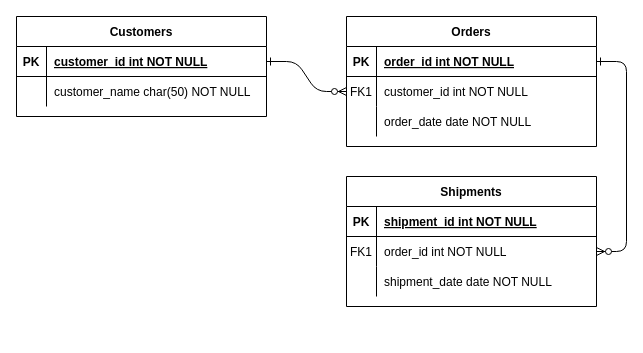
Brichardt/Mathematics keeps this draw.io diagram as Diagramme keepcoding 1.drawio. Above is the earlier version. Source tidied: cells renumbered, new cells numbered last; positions are measured from the earlier drawing's top-left corner, leaving out a move shared by most shapes. Both pictures are drawn from the tidied source at 100%, with x=0, y=0 at pixel (16, 16).
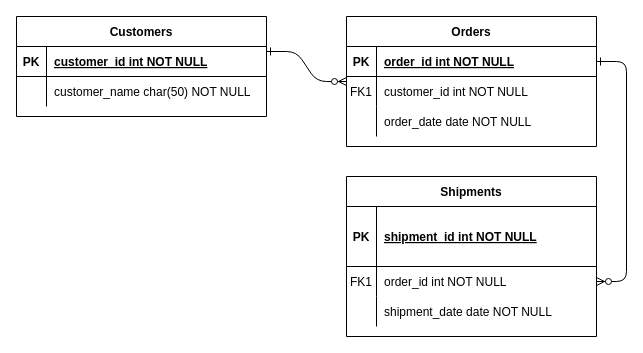
Above is the later version.

Commit message:
Mettre à jour Diagramme keepcoding 1.drawio

Unchanged cells that the change refers to:
```xml
<mxCell id="8" style="shape=partialRectangle;fillColor=none;points=[[0,0.5],[1,0.5]];portConstraint=eastwest;top=0;left=0;right=0;bottom=0;" parent="4" vertex="1">
  <mxGeometry y="60" width="250" height="30" as="geometry" />
</mxCell>
<mxCell id="25" style="shape=partialRectangle;fillColor=none;points=[[0,0.5],[1,0.5]];portConstraint=eastwest;top=0;left=0;right=0;bottom=1;" parent="24" vertex="1">
  <mxGeometry y="30" width="250" height="30" as="geometry" />
</mxCell>
```

What changed in the source:
```diff
@@
-    <mxCell id="2" style="edgeStyle=entityRelationEdgeStyle;endArrow=ERzeroToMany;startArrow=ERone;endFill=1;startFill=0;" parent="1" edge="1" source="25" target="8">
-      <mxGeometry relative="1" as="geometry" />
+    <mxCell id="2" style="edgeStyle=entityRelationEdgeStyle;endArrow=ERzeroToMany;startArrow=ERone;endFill=1;startFill=0;" parent="1" edge="1">
+      <mxGeometry relative="1" as="geometry">
+        <mxPoint x="250" y="35" as="sourcePoint" />
+        <mxPoint x="330" y="65" as="targetPoint" />
+      </mxGeometry>
     </mxCell>
@@
     <mxCell id="14" value="Shipments" style="shape=table;startSize=30;childLayout=tableLayout;rowLines=0;fontStyle=1;align=center;" parent="1" vertex="1">
-      <mxGeometry x="330" y="160" width="250" height="130" as="geometry" />
+      <mxGeometry x="330" y="160" width="250" height="160" as="geometry" />
     </mxCell>
     <mxCell id="15" style="shape=partialRectangle;fillColor=none;top=0;left=0;right=0;bottom=1;" parent="14" vertex="1">
-      <mxGeometry y="30" width="250" height="30" as="geometry" />
+      <mxGeometry y="30" width="250" height="60" as="geometry" />
     </mxCell>
     <mxCell id="16" value="PK" style="shape=partialRectangle;overflow=hidden;fillColor=none;top=0;left=0;bottom=0;right=0;fontStyle=1;" parent="15" vertex="1">
-      <mxGeometry width="30" height="30" as="geometry" />
+      <mxGeometry width="30" height="60" as="geometry" />
     </mxCell>
     <mxCell id="17" value="shipment_id int NOT NULL " style="shape=partialRectangle;overflow=hidden;fillColor=none;top=0;left=0;bottom=0;right=0;align=left;spacingLeft=6;fontStyle=5;" parent="15" vertex="1">
-      <mxGeometry x="30" width="220" height="30" as="geometry" />
+      <mxGeometry x="30" width="220" height="60" as="geometry" />
     </mxCell>
     <mxCell id="18" style="shape=partialRectangle;fillColor=none;points=[[0,0.5],[1,0.5]];portConstraint=eastwest;top=0;left=0;right=0;bottom=0;" parent="14" vertex="1">
-      <mxGeometry y="60" width="250" height="30" as="geometry" />
+      <mxGeometry y="90" width="250" height="30" as="geometry" />
     </mxCell>
@@
     <mxCell id="21" style="shape=partialRectangle;fillColor=none;top=0;left=0;right=0;bottom=0;" parent="14" vertex="1">
-      <mxGeometry y="90" width="250" height="30" as="geometry" />
+      <mxGeometry y="120" width="250" height="30" as="geometry" />
     </mxCell>
```
